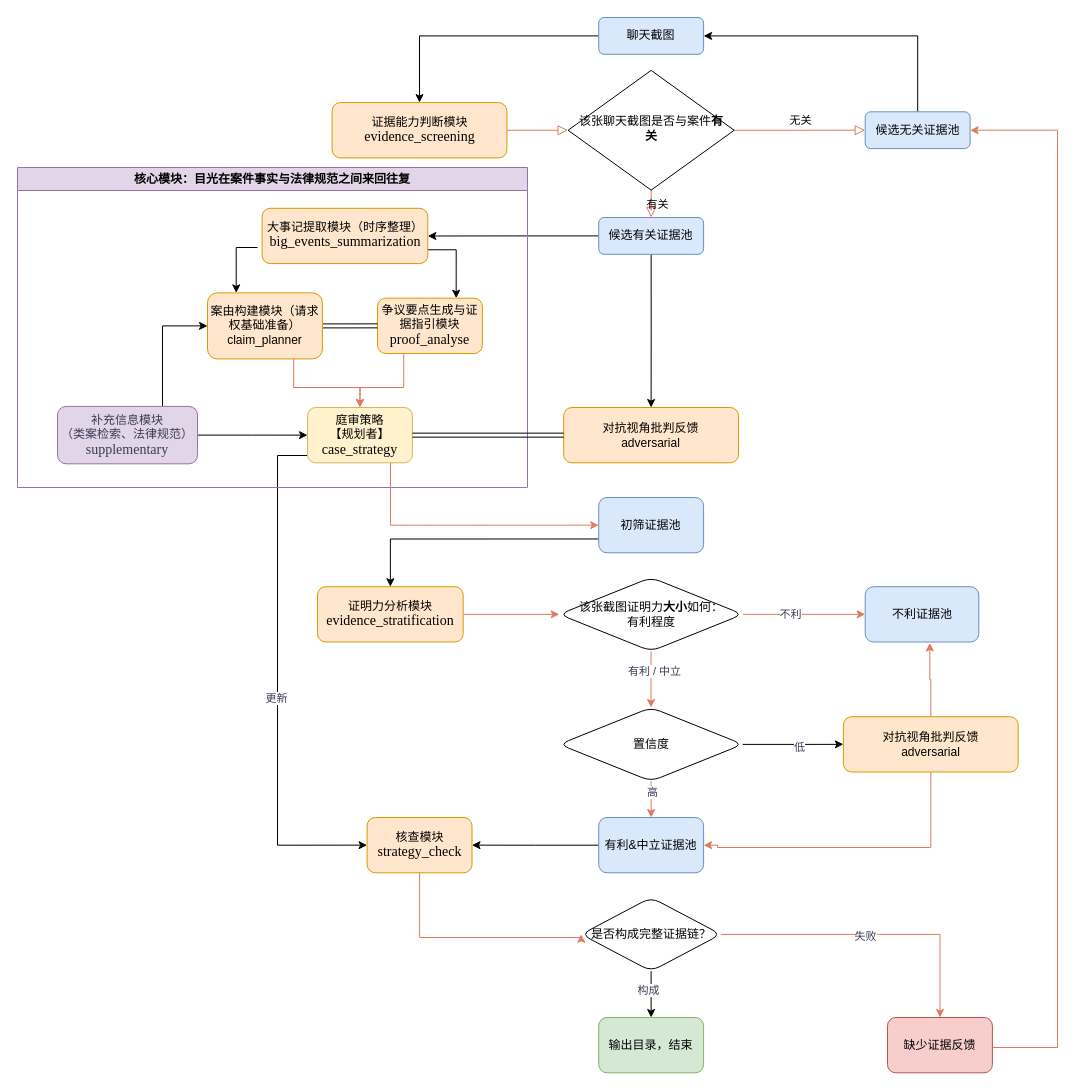
The draw.io diagram page "Page-1" (1 of 2) of 未命名绘图.drawio in ValeriaWong/master_thesis_wechat_legal_vqa, before the edit. Source tidied: cells renumbered, new cells numbered last; positions are measured from the earlier drawing's top-left corner, leaving out a move shared by most shapes. Both pictures are drawn from the tidied source at 100%, with x=0, y=0 at pixel (17, 17).
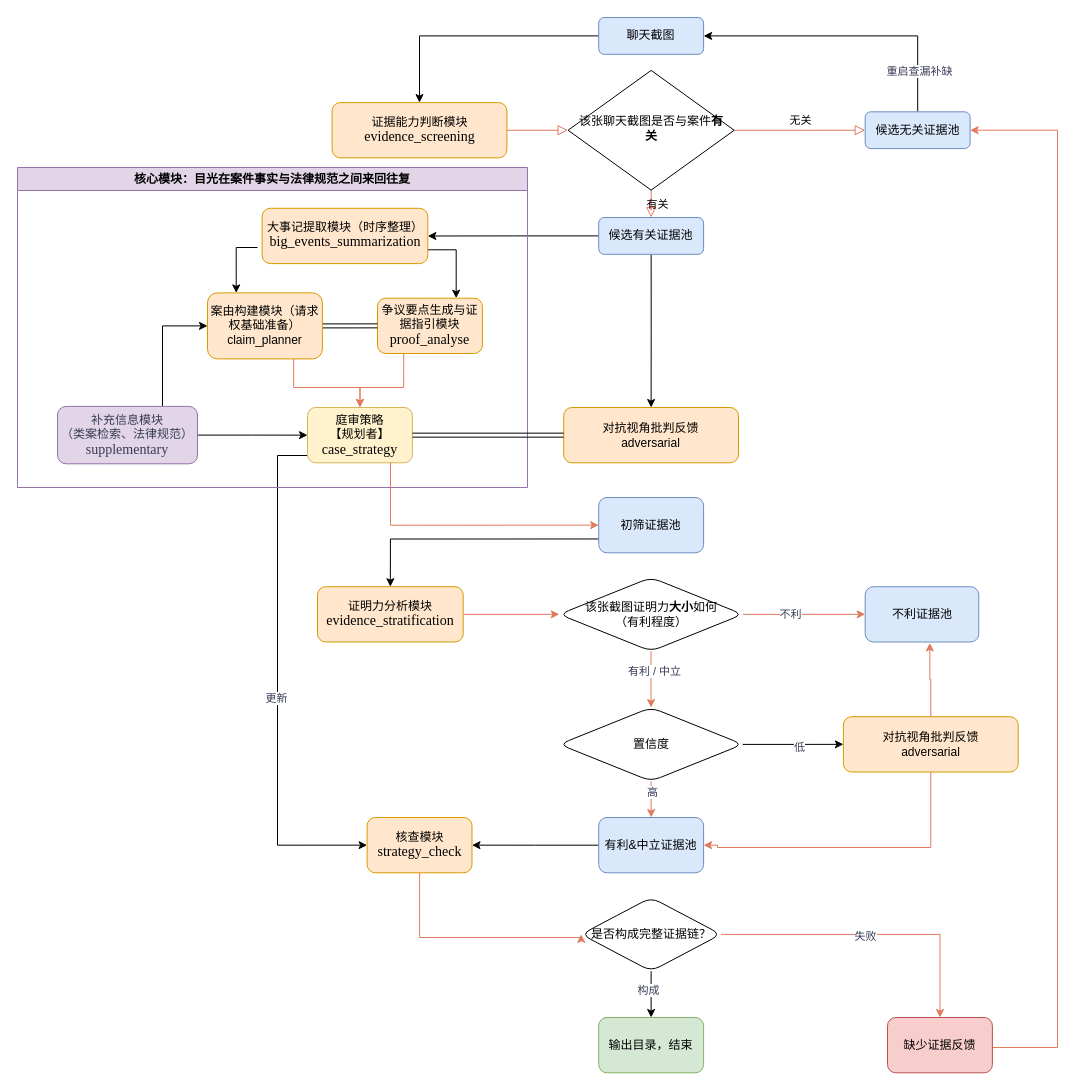
After the change.

Commit message (it also covers changes not shown here):
更新未命名绘图.drawio

Unchanged cells that the change refers to:
```xml
<mxCell id="7" style="edgeStyle=orthogonalEdgeStyle;rounded=0;jettySize=auto;html=1;entryX=1;entryY=0.5;entryDx=0;entryDy=0;fontColor=#393C56;" parent="1" edge="1" source="8" target="18">
  <mxGeometry relative="1" as="geometry">
    <Array as="points">
      <mxPoint x="900" y="18" />
    </Array>
  </mxGeometry>
</mxCell>
```

Diff of the diagram source:
```diff
@@
+    <mxCell id="62" value="重启查漏补缺" style="edgeLabel;html=1;align=center;verticalAlign=middle;strokeColor=#E07A5F;fontColor=#393C56;fillColor=#F2CC8F;" parent="7" vertex="1">
+      <mxGeometry x="-0.72" y="-1" relative="1" as="geometry" />
+    </mxCell>
@@
-    <mxCell id="40" value="该张截图证明力&lt;b&gt;大小&lt;/b&gt;如何：&lt;div&gt;有利程度&lt;/div&gt;" style="rhombus;whiteSpace=wrap;html=1;rounded=1;glass=0;strokeWidth=1;shadow=0;labelBackgroundColor=none;" parent="1" vertex="1">
+    <mxCell id="40" value="该张截图证明力&lt;b&gt;大小&lt;/b&gt;如何&lt;div&gt;（有利程度）&lt;/div&gt;" style="rhombus;whiteSpace=wrap;html=1;rounded=1;glass=0;strokeWidth=1;shadow=0;labelBackgroundColor=none;" parent="1" vertex="1">
       <mxGeometry x="541.8" y="560" width="183.5" height="73.7" as="geometry" />
     </mxCell>
```
